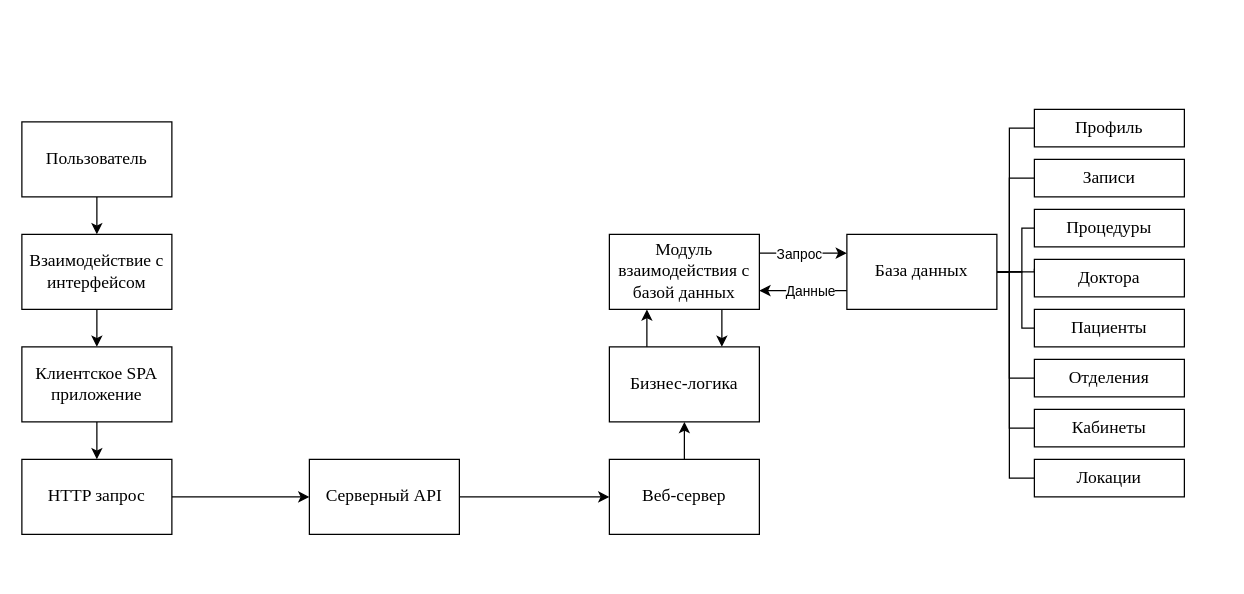
Above: client server interconnection.drawio in arturyumaev/Bachelor-Diploma-Docs (draw.io), before the change. Source tidied: cells renumbered, new cells numbered last; positions are measured from the earlier drawing's top-left corner, leaving out a move shared by most shapes. Both pictures are drawn from the tidied source at 125%, with x=0, y=0 at pixel (21, 109).
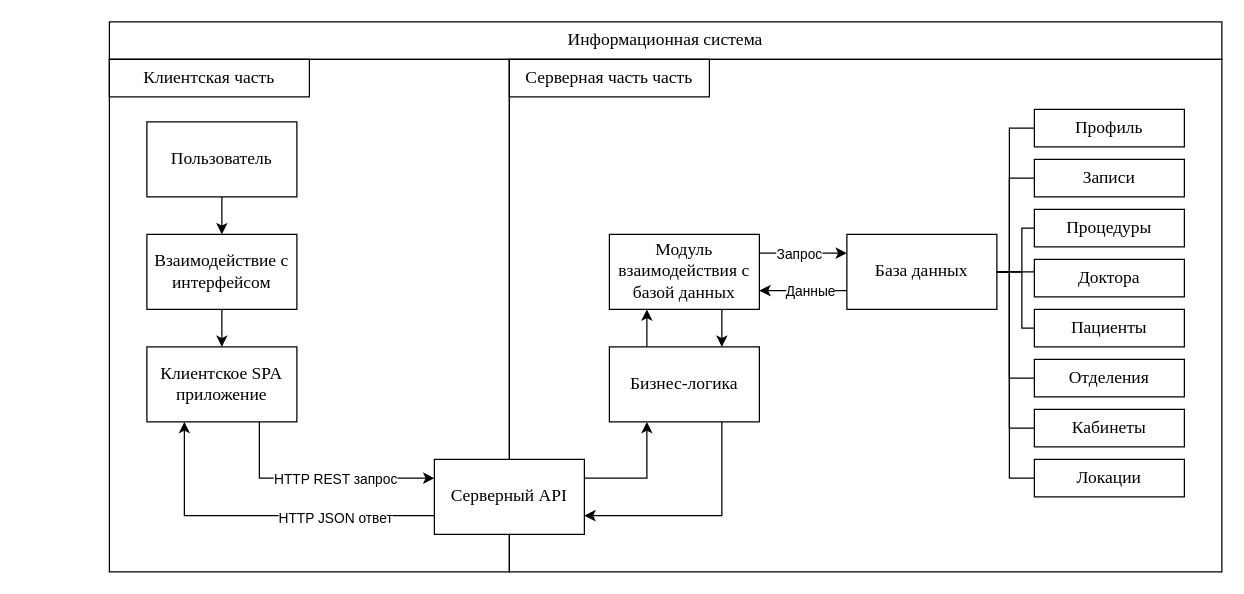
The same diagram, later.

Unchanged cells that the change refers to:
```xml
<mxCell id="15" value="&lt;font face=&quot;Times New Roman&quot;&gt;&lt;span style=&quot;font-size: 14px&quot;&gt;Бизнес-логика&lt;/span&gt;&lt;/font&gt;" style="rounded=0;whiteSpace=wrap;html=1;" parent="1" vertex="1">
  <mxGeometry x="470" y="190" width="120" height="60" as="geometry" />
</mxCell>
```

Diff of the diagram source:
```diff
@@
+    <mxCell id="39" style="rounded=0;whiteSpace=wrap;html=1;fillColor=none;" parent="1" vertex="1">
+      <mxGeometry x="390" y="-40" width="570" height="410" as="geometry" />
+    </mxCell>
+    <mxCell id="40" style="rounded=0;whiteSpace=wrap;html=1;fillColor=none;" parent="1" vertex="1">
+      <mxGeometry x="70" y="-40" width="320" height="410" as="geometry" />
+    </mxCell>
@@
     <mxCell id="3" value="&lt;font face=&quot;Times New Roman&quot; style=&quot;font-size: 14px&quot;&gt;Пользователь&lt;/font&gt;" style="rounded=0;whiteSpace=wrap;html=1;" parent="1" vertex="1">
-      <mxGeometry y="10" width="120" height="60" as="geometry" />
+      <mxGeometry x="100" y="10" width="120" height="60" as="geometry" />
     </mxCell>
@@
     <mxCell id="5" value="&lt;font face=&quot;Times New Roman&quot; style=&quot;font-size: 14px&quot;&gt;Взаимодействие с интерфейсом&lt;/font&gt;" style="rounded=0;whiteSpace=wrap;html=1;" parent="1" vertex="1">
-      <mxGeometry y="100" width="120" height="60" as="geometry" />
+      <mxGeometry x="100" y="100" width="120" height="60" as="geometry" />
     </mxCell>
-    <mxCell id="6" style="edgeStyle=orthogonalEdgeStyle;rounded=0;jettySize=auto;html=1;exitX=0.5;exitY=1;exitDx=0;exitDy=0;entryX=0.5;entryY=0;entryDx=0;entryDy=0;" parent="1" edge="1" source="7" target="11">
-      <mxGeometry relative="1" as="geometry" />
-    </mxCell>
+    <mxCell id="41" style="edgeStyle=orthogonalEdgeStyle;rounded=0;jettySize=auto;html=1;exitX=0.75;exitY=1;exitDx=0;exitDy=0;entryX=0;entryY=0.25;entryDx=0;entryDy=0;endArrow=classic;endFill=1;" parent="1" edge="1" source="7" target="9">
+      <mxGeometry relative="1" as="geometry" />
+    </mxCell>
+    <mxCell id="42" value="HTTP REST запрос" style="edgeLabel;html=1;align=center;verticalAlign=middle;" parent="41" vertex="1">
+      <mxGeometry x="0.01" relative="1" as="geometry">
+        <mxPoint x="12" as="offset" />
+      </mxGeometry>
+    </mxCell>
     <mxCell id="7" value="&lt;font face=&quot;Times New Roman&quot;&gt;&lt;span style=&quot;font-size: 14px&quot;&gt;Клиентское SPA приложение&lt;/span&gt;&lt;/font&gt;" style="rounded=0;whiteSpace=wrap;html=1;" parent="1" vertex="1">
-      <mxGeometry y="190" width="120" height="60" as="geometry" />
+      <mxGeometry x="100" y="190" width="120" height="60" as="geometry" />
     </mxCell>
-    <mxCell id="8" style="edgeStyle=orthogonalEdgeStyle;rounded=0;jettySize=auto;html=1;exitX=1;exitY=0.5;exitDx=0;exitDy=0;entryX=0;entryY=0.5;entryDx=0;entryDy=0;" parent="1" edge="1" source="9" target="13">
-      <mxGeometry relative="1" as="geometry" />
-    </mxCell>
+    <mxCell id="43" style="edgeStyle=orthogonalEdgeStyle;rounded=0;jettySize=auto;html=1;exitX=1;exitY=0.25;exitDx=0;exitDy=0;entryX=0.25;entryY=1;entryDx=0;entryDy=0;endArrow=classic;endFill=1;" parent="1" edge="1" source="9" target="15">
+      <mxGeometry relative="1" as="geometry" />
+    </mxCell>
+    <mxCell id="44" style="edgeStyle=orthogonalEdgeStyle;rounded=0;jettySize=auto;html=1;exitX=0;exitY=0.75;exitDx=0;exitDy=0;entryX=0.25;entryY=1;entryDx=0;entryDy=0;endArrow=classic;endFill=1;" parent="1" edge="1" source="9" target="7">
+      <mxGeometry relative="1" as="geometry" />
+    </mxCell>
+    <mxCell id="45" value="HTTP JSON ответ" style="edgeLabel;html=1;align=center;verticalAlign=middle;" parent="44" vertex="1">
+      <mxGeometry x="-0.42" y="1" relative="1" as="geometry" />
+    </mxCell>
     <mxCell id="9" value="&lt;font face=&quot;Times New Roman&quot;&gt;&lt;span style=&quot;font-size: 14px&quot;&gt;Серверный API&lt;/span&gt;&lt;/font&gt;" style="rounded=0;whiteSpace=wrap;html=1;" parent="1" vertex="1">
-      <mxGeometry x="230" y="280" width="120" height="60" as="geometry" />
+      <mxGeometry x="330" y="280" width="120" height="60" as="geometry" />
     </mxCell>
-    <mxCell id="10" style="edgeStyle=orthogonalEdgeStyle;rounded=0;jettySize=auto;html=1;exitX=1;exitY=0.5;exitDx=0;exitDy=0;entryX=0;entryY=0.5;entryDx=0;entryDy=0;" parent="1" edge="1" source="11" target="9">
-      <mxGeometry relative="1" as="geometry" />
-    </mxCell>
-    <mxCell id="11" value="&lt;font face=&quot;Times New Roman&quot;&gt;&lt;span style=&quot;font-size: 14px&quot;&gt;HTTP запрос&lt;/span&gt;&lt;/font&gt;" style="rounded=0;whiteSpace=wrap;html=1;" parent="1" vertex="1">
-      <mxGeometry y="280" width="120" height="60" as="geometry" />
-    </mxCell>
-    <mxCell id="12" style="edgeStyle=orthogonalEdgeStyle;rounded=0;jettySize=auto;html=1;exitX=0.5;exitY=0;exitDx=0;exitDy=0;entryX=0.5;entryY=1;entryDx=0;entryDy=0;" parent="1" edge="1" source="13" target="15">
-      <mxGeometry relative="1" as="geometry" />
-    </mxCell>
-    <mxCell id="13" value="&lt;font face=&quot;Times New Roman&quot;&gt;&lt;span style=&quot;font-size: 14px&quot;&gt;Веб-сервер&lt;/span&gt;&lt;/font&gt;" style="rounded=0;whiteSpace=wrap;html=1;" parent="1" vertex="1">
-      <mxGeometry x="470" y="280" width="120" height="60" as="geometry" />
-    </mxCell>
+    <mxCell id="46" style="edgeStyle=orthogonalEdgeStyle;rounded=0;jettySize=auto;html=1;exitX=0.75;exitY=1;exitDx=0;exitDy=0;entryX=1;entryY=0.75;entryDx=0;entryDy=0;endArrow=classic;endFill=1;" parent="1" edge="1" source="15" target="9">
+      <mxGeometry relative="1" as="geometry" />
+    </mxCell>
@@
+    <mxCell id="47" value="&lt;font style=&quot;font-size: 14px&quot; face=&quot;Times New Roman&quot;&gt;Клиентская часть&lt;/font&gt;" style="rounded=0;whiteSpace=wrap;html=1;fillColor=none;" parent="1" vertex="1">
+      <mxGeometry x="70" y="-40" width="160" height="30" as="geometry" />
+    </mxCell>
+    <mxCell id="48" value="&lt;font style=&quot;font-size: 14px&quot; face=&quot;Times New Roman&quot;&gt;Серверная часть часть&lt;/font&gt;" style="rounded=0;whiteSpace=wrap;html=1;fillColor=none;" parent="1" vertex="1">
+      <mxGeometry x="390" y="-40" width="160" height="30" as="geometry" />
+    </mxCell>
+    <mxCell id="49" value="&lt;font style=&quot;font-size: 14px&quot; face=&quot;Times New Roman&quot;&gt;Информационная система&lt;/font&gt;" style="rounded=0;whiteSpace=wrap;html=1;fillColor=none;" parent="1" vertex="1">
+      <mxGeometry x="70" y="-70" width="890" height="30" as="geometry" />
+    </mxCell>
```
